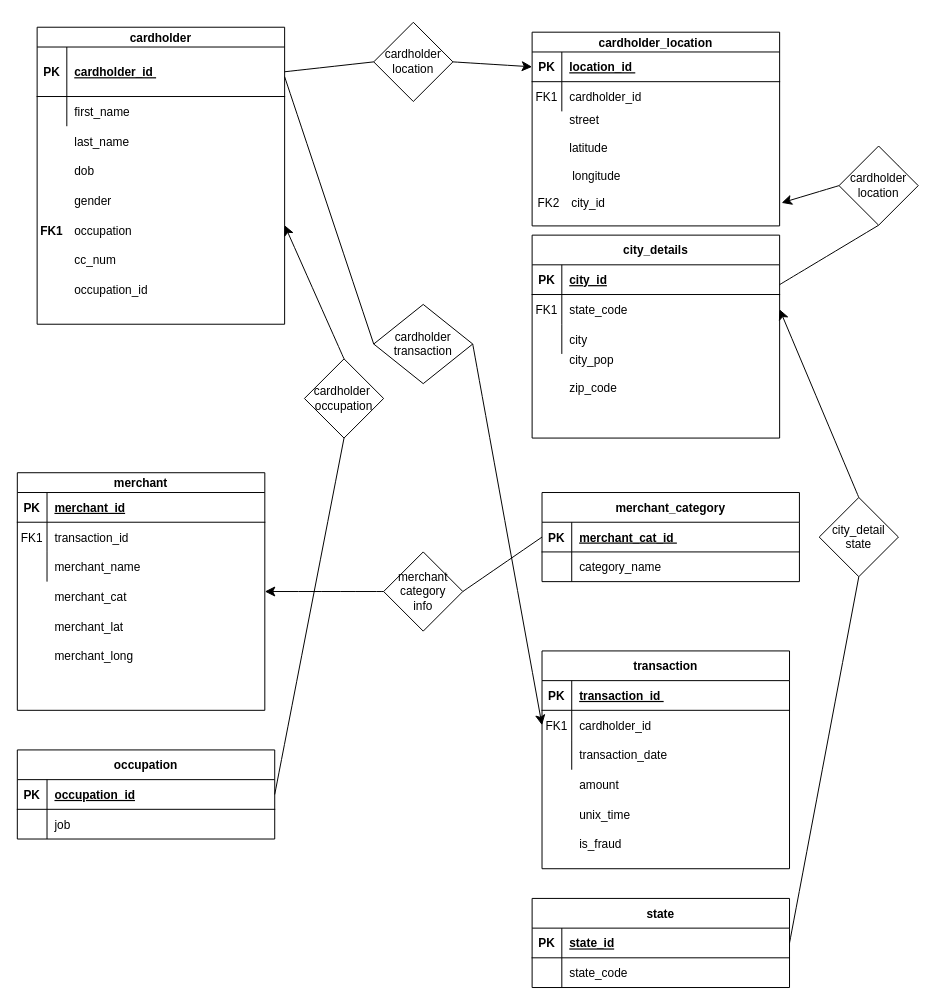
Before: ERDiagram.drawio.xml in COP3710CreditCardFraudDetection/CCFraudDetectionDB, a draw.io diagram. Source tidied: cells renumbered, new cells numbered last; positions are measured from the earlier drawing's top-left corner, leaving out a move shared by most shapes. Both pictures are drawn from the tidied source at 99%, with x=0, y=0 at pixel (17, 22).
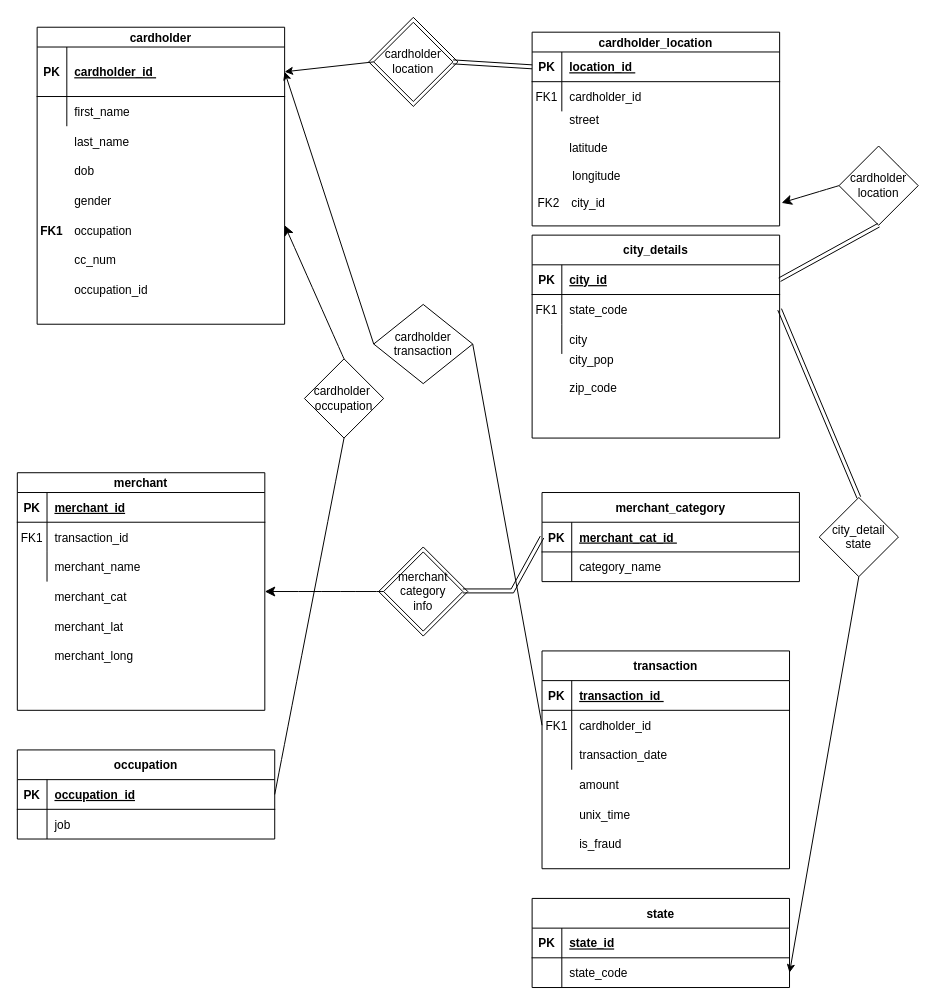
The same page after the edit.

Unchanged cells that the change refers to:
```xml
<mxCell id="4" value="PK" style="shape=partialRectangle;overflow=hidden;fillColor=none;top=0;left=0;bottom=0;right=0;fontStyle=1;" parent="3" vertex="1">
  <mxGeometry width="30" height="30" as="geometry" />
</mxCell>
<mxCell id="12" value="merchant" style="shape=table;startSize=20;childLayout=tableLayout;rowLines=0;fontStyle=1;align=center;" parent="11" vertex="1">
  <mxGeometry width="250" height="240" as="geometry" />
</mxCell>
<mxCell id="34" style="shape=partialRectangle;fillColor=none;points=[[0,0.5],[1,0.5]];portConstraint=eastwest;top=0;left=0;right=0;bottom=1;" parent="33" vertex="1">
  <mxGeometry y="20" width="250" height="50" as="geometry" />
</mxCell>
<mxCell id="50" value="PK" style="shape=partialRectangle;overflow=hidden;fillColor=none;top=0;left=0;bottom=0;right=0;fontStyle=1;" parent="49" vertex="1">
  <mxGeometry width="30" height="30" as="geometry" />
</mxCell>
<mxCell id="64" style="shape=partialRectangle;fillColor=none;points=[[0,0.5],[1,0.5]];portConstraint=eastwest;top=0;left=0;right=0;bottom=1;" parent="63" vertex="1">
  <mxGeometry y="30" width="250" height="30" as="geometry" />
</mxCell>
<mxCell id="67" style="shape=partialRectangle;fillColor=none;points=[[0,0.5],[1,0.5]];portConstraint=eastwest;top=0;left=0;right=0;bottom=0;" parent="63" vertex="1">
  <mxGeometry y="60" width="250" height="30" as="geometry" />
</mxCell>
<mxCell id="82" style="shape=partialRectangle;fillColor=none;points=[[0,0.5],[1,0.5]];portConstraint=eastwest;top=0;left=0;right=0;bottom=0;" parent="78" vertex="1">
  <mxGeometry y="60" width="250" height="30" as="geometry" />
</mxCell>
<mxCell id="94" value="state_id" style="shape=partialRectangle;overflow=hidden;fillColor=none;top=0;left=0;bottom=0;right=0;align=left;spacingLeft=6;fontStyle=5;" parent="92" vertex="1">
  <mxGeometry x="30" width="230" height="30" as="geometry" />
</mxCell>
<mxCell id="97" value="state_code" style="shape=partialRectangle;overflow=hidden;fillColor=none;top=0;left=0;bottom=0;right=0;align=left;spacingLeft=6;" parent="95" vertex="1">
  <mxGeometry x="30" width="230" height="30" as="geometry" />
</mxCell>
<mxCell id="98" value="cardholder&lt;div&gt;location&lt;/div&gt;" style="rhombus;whiteSpace=wrap;html=1;" parent="1" vertex="1">
  <mxGeometry x="360" width="80" height="80" as="geometry" />
</mxCell>
<mxCell id="99" value="cardholder&lt;div&gt;transaction&lt;/div&gt;" style="rhombus;whiteSpace=wrap;html=1;" parent="1" vertex="1">
  <mxGeometry x="360" y="285" width="100" height="80" as="geometry" />
</mxCell>
<mxCell id="100" value="merchant&lt;div&gt;category&lt;/div&gt;&lt;div&gt;info&lt;/div&gt;" style="rhombus;whiteSpace=wrap;html=1;" parent="1" vertex="1">
  <mxGeometry x="370" y="535" width="80" height="80" as="geometry" />
</mxCell>
<mxCell id="103" value="cardholder&amp;nbsp;&lt;div&gt;occupation&lt;/div&gt;" style="rhombus;whiteSpace=wrap;html=1;" parent="1" vertex="1">
  <mxGeometry x="290" y="340" width="80" height="80" as="geometry" />
</mxCell>
<mxCell id="107" value="cardholder&lt;div&gt;location&lt;/div&gt;" style="rhombus;whiteSpace=wrap;html=1;" parent="1" vertex="1">
  <mxGeometry x="830" y="125" width="80" height="80" as="geometry" />
</mxCell>
<mxCell id="108" value="city_detail&lt;div&gt;state&lt;/div&gt;" style="rhombus;whiteSpace=wrap;html=1;" parent="1" vertex="1">
  <mxGeometry x="810" y="480" width="80" height="80" as="geometry" />
</mxCell>
```

Change to the diagram source:
```diff
@@
+    <mxCell id="117" style="rhombus;whiteSpace=wrap;html=1;" parent="1" vertex="1">
+      <mxGeometry x="365" y="530" width="90" height="90" as="geometry" />
+    </mxCell>
+    <mxCell id="118" style="rhombus;whiteSpace=wrap;html=1;" parent="1" vertex="1">
+      <mxGeometry x="355" y="-5" width="90" height="90" as="geometry" />
+    </mxCell>
@@
-    <mxCell id="101" style="endArrow=none;html=1;rounded=0;fontSize=12;startSize=8;endSize=8;curved=1;entryX=0;entryY=0.5;entryDx=0;entryDy=0;exitX=1;exitY=0.5;exitDx=0;exitDy=0;" parent="1" edge="1" source="100" target="4">
-      <mxGeometry relative="1" as="geometry" />
-    </mxCell>
-    <mxCell id="102" style="endArrow=none;html=1;rounded=0;fontSize=12;startSize=8;endSize=8;curved=1;entryX=0;entryY=0.5;entryDx=0;entryDy=0;" parent="1" edge="1" target="99">
-      <mxGeometry relative="1" as="geometry">
-        <mxPoint x="270" y="55" as="sourcePoint" />
-      </mxGeometry>
-    </mxCell>
@@
-    <mxCell id="106" style="endArrow=none;html=1;rounded=0;fontSize=12;startSize=8;endSize=8;curved=1;exitX=1;exitY=0.667;exitDx=0;exitDy=0;entryX=0.5;entryY=1;entryDx=0;entryDy=0;exitPerimeter=0;" parent="1" edge="1" source="64" target="107">
-      <mxGeometry relative="1" as="geometry" />
-    </mxCell>
@@
-    <mxCell id="109" style="endArrow=none;html=1;rounded=0;fontSize=12;startSize=8;endSize=8;curved=1;exitX=1;exitY=0.5;exitDx=0;exitDy=0;entryX=0.5;entryY=1;entryDx=0;entryDy=0;" parent="1" edge="1" source="94" target="108">
-      <mxGeometry relative="1" as="geometry" />
-    </mxCell>
-    <mxCell id="110" style="endArrow=classic;html=1;rounded=0;fontSize=12;startSize=8;endSize=8;curved=1;entryX=1;entryY=0.5;entryDx=0;entryDy=0;exitX=0.5;exitY=0;exitDx=0;exitDy=0;" parent="1" edge="1" source="108" target="67">
-      <mxGeometry relative="1" as="geometry" />
-    </mxCell>
@@
-    <mxCell id="112" style="endArrow=none;html=1;rounded=0;fontSize=12;startSize=8;endSize=8;curved=1;exitX=1;exitY=0.5;exitDx=0;exitDy=0;entryX=0;entryY=0.5;entryDx=0;entryDy=0;" parent="1" edge="1" source="34" target="98">
-      <mxGeometry relative="1" as="geometry" />
-    </mxCell>
+    <mxCell id="114" style="endArrow=classic;html=1;rounded=0;fontSize=12;startSize=8;endSize=8;curved=1;exitX=0.5;exitY=0;exitDx=0;exitDy=0;" parent="1" edge="1" source="103">
+      <mxGeometry relative="1" as="geometry">
+        <mxPoint x="270" y="205" as="targetPoint" />
+      </mxGeometry>
+    </mxCell>
+    <mxCell id="116" style="endArrow=classic;html=1;rounded=0;fontSize=12;startSize=8;endSize=8;curved=1;exitX=0;exitY=0.5;exitDx=0;exitDy=0;entryX=1;entryY=0.5;entryDx=0;entryDy=0;" parent="1" edge="1" source="100" target="12">
+      <mxGeometry relative="1" as="geometry" />
+    </mxCell>
+    <mxCell id="119" style="endArrow=classic;html=1;rounded=0;exitX=0;exitY=0.5;exitDx=0;exitDy=0;entryX=1;entryY=0.5;entryDx=0;entryDy=0;" parent="1" edge="1" source="99" target="34">
+      <mxGeometry relative="1" as="geometry" />
+    </mxCell>
+    <mxCell id="120" style="endArrow=none;html=1;rounded=0;entryX=0;entryY=0.5;entryDx=0;entryDy=0;exitX=1;exitY=0.5;exitDx=0;exitDy=0;" parent="1" edge="1" source="99" target="82">
+      <mxGeometry relative="1" as="geometry" />
+    </mxCell>
+    <mxCell id="121" style="endArrow=classic;html=1;rounded=0;exitX=0;exitY=0.5;exitDx=0;exitDy=0;entryX=1;entryY=0.5;entryDx=0;entryDy=0;" parent="1" edge="1" source="98" target="34">
+      <mxGeometry relative="1" as="geometry" />
+    </mxCell>
+    <mxCell id="122" style="endArrow=classic;html=1;rounded=0;exitX=0.5;exitY=1;exitDx=0;exitDy=0;entryX=1;entryY=0.5;entryDx=0;entryDy=0;" parent="1" edge="1" source="108" target="97">
+      <mxGeometry relative="1" as="geometry" />
+    </mxCell>
+    <mxCell id="123" style="shape=link;html=1;rounded=0;entryX=0;entryY=0.5;entryDx=0;entryDy=0;" parent="1" edge="1" target="4">
+      <mxGeometry relative="1" as="geometry">
+        <mxPoint x="450" y="574.4" as="sourcePoint" />
+        <Array as="points">
+          <mxPoint x="500" y="574.4" />
+        </Array>
+      </mxGeometry>
+    </mxCell>
-    <mxCell id="113" style="endArrow=classic;html=1;rounded=0;fontSize=12;startSize=8;endSize=8;curved=1;exitX=1;exitY=0.5;exitDx=0;exitDy=0;entryX=0;entryY=0.5;entryDx=0;entryDy=0;" parent="1" edge="1" source="98" target="50">
+    <mxCell id="113" style="shape=link;html=1;rounded=0;exitX=1;exitY=0.5;exitDx=0;exitDy=0;entryX=0;entryY=0.5;entryDx=0;entryDy=0;entryPerimeter=0;" parent="1" edge="1" source="98" target="50">
       <mxGeometry relative="1" as="geometry" />
     </mxCell>
-    <mxCell id="114" style="endArrow=classic;html=1;rounded=0;fontSize=12;startSize=8;endSize=8;curved=1;exitX=0.5;exitY=0;exitDx=0;exitDy=0;" parent="1" edge="1" source="103">
-      <mxGeometry relative="1" as="geometry">
-        <mxPoint x="270" y="205" as="targetPoint" />
-      </mxGeometry>
-    </mxCell>
-    <mxCell id="115" style="endArrow=classic;html=1;rounded=0;fontSize=12;startSize=8;endSize=8;curved=1;entryX=0;entryY=0.5;entryDx=0;entryDy=0;" parent="1" edge="1" target="82">
-      <mxGeometry relative="1" as="geometry">
-        <mxPoint x="460" y="325" as="sourcePoint" />
-      </mxGeometry>
-    </mxCell>
-    <mxCell id="116" style="endArrow=classic;html=1;rounded=0;fontSize=12;startSize=8;endSize=8;curved=1;exitX=0;exitY=0.5;exitDx=0;exitDy=0;entryX=1;entryY=0.5;entryDx=0;entryDy=0;" parent="1" edge="1" source="100" target="12">
-      <mxGeometry relative="1" as="geometry" />
-    </mxCell>
+    <mxCell id="124" style="shape=link;html=1;rounded=0;exitX=1;exitY=0.5;exitDx=0;exitDy=0;entryX=0.5;entryY=0;entryDx=0;entryDy=0;" parent="1" edge="1" source="67" target="108">
+      <mxGeometry relative="1" as="geometry" />
+    </mxCell>
+    <mxCell id="106" style="shape=link;html=1;rounded=0;entryX=0.5;entryY=1;entryDx=0;entryDy=0;exitX=1;exitY=0.5;exitDx=0;exitDy=0;" parent="1" edge="1" source="64" target="107">
+      <mxGeometry relative="1" as="geometry" />
+    </mxCell>
```
